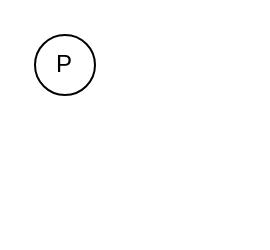
Before: ZigZag.drawio in guoyitao/images, a draw.io diagram. Source tidied: cells renumbered, new cells numbered last; positions are measured from the earlier drawing's top-left corner, leaving out a move shared by most shapes. Both pictures are drawn from the tidied source at 200%, with x=0, y=0 at pixel (34, 34).
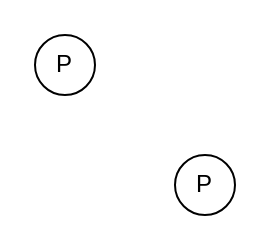
Above is the later version.

Change to the diagram source:
```diff
@@
 <mxGraphModel>
   <root>
     <mxCell id="0" />
     <mxCell id="1" parent="0" />
     <mxCell id="2" value="P" style="ellipse;whiteSpace=wrap;html=1;" parent="1" vertex="1">
       <mxGeometry width="30" height="30" as="geometry" />
     </mxCell>
+    <mxCell id="3" value="P" style="ellipse;whiteSpace=wrap;html=1;" parent="1" vertex="1">
+      <mxGeometry x="70" y="60" width="30" height="30" as="geometry" />
+    </mxCell>
   </root>
 </mxGraphModel>
```
